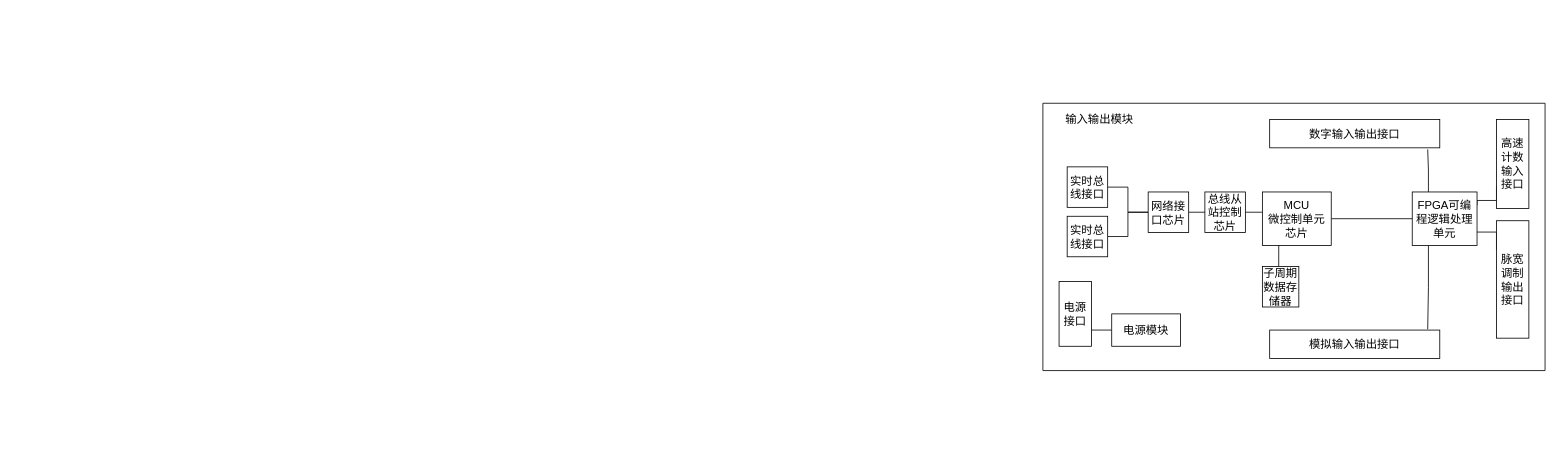
Before: patent/drawing/io shiyong.drawio in leeywin/work, a draw.io diagram. Source tidied: cells renumbered, new cells numbered last; positions are measured from the earlier drawing's top-left corner, leaving out a move shared by most shapes. Both pictures are drawn from the tidied source at 81%, with x=0, y=0 at pixel (1042, 103).
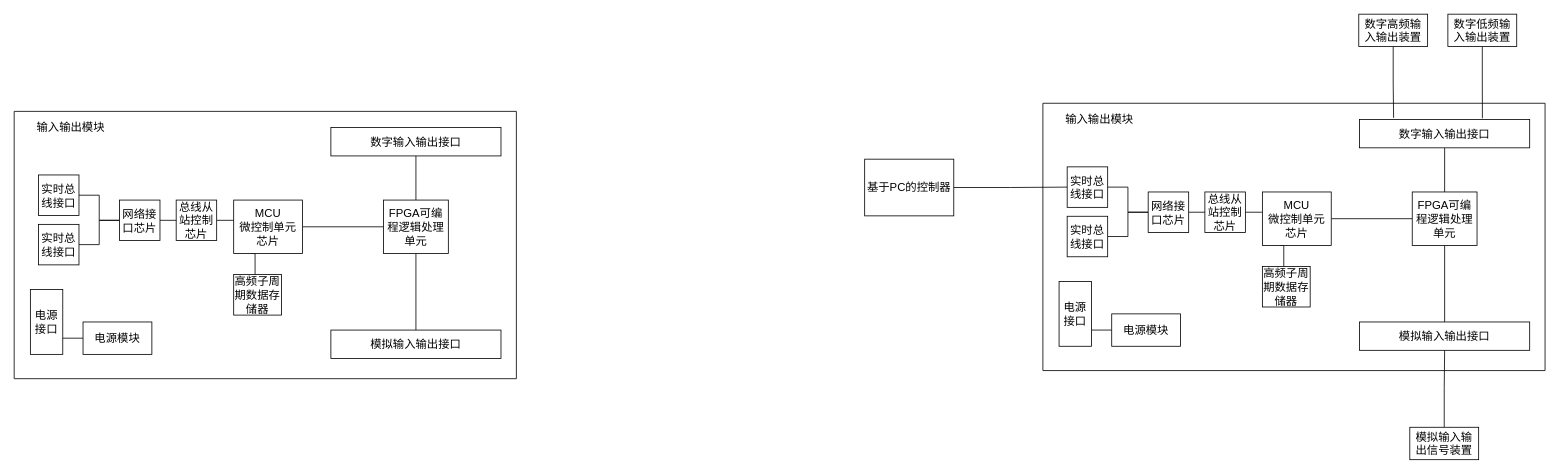
After the change.

Unchanged cells that the change refers to:
```xml
<mxCell id="2" style="swimlane;startSize=0;" parent="1" vertex="1">
  <mxGeometry width="620" height="330" as="geometry" />
</mxCell>
<mxCell id="5" value="实时总线接口" style="rounded=0;whiteSpace=wrap;html=1;fontSize=14;" parent="2" vertex="1">
  <mxGeometry x="30" y="78.5" width="50" height="50" as="geometry" />
</mxCell>
<mxCell id="18" value="FPGA可编程逻辑处理单元" style="rounded=0;whiteSpace=wrap;html=1;fontSize=14;" parent="2" vertex="1">
  <mxGeometry x="456" y="109.5" width="80" height="66" as="geometry" />
</mxCell>
```

The edit, as a diff of the source:
```diff
@@
-    <mxCell id="13" value="子周期数据存储器" style="rounded=0;whiteSpace=wrap;html=1;fontSize=14;" parent="2" vertex="1">
-      <mxGeometry x="271" y="201.5" width="45" height="50" as="geometry" />
+    <mxCell id="13" value="高频子周期数据存储器" style="rounded=0;whiteSpace=wrap;html=1;fontSize=14;" parent="2" vertex="1">
+      <mxGeometry x="271" y="201.5" width="59" height="50" as="geometry" />
     </mxCell>
-    <mxCell id="14" style="edgeStyle=orthogonalEdgeStyle;rounded=0;jettySize=auto;html=1;exitX=1;exitY=0.25;exitDx=0;exitDy=0;entryX=0;entryY=0.75;entryDx=0;entryDy=0;startArrow=none;startFill=0;endArrow=none;endFill=0;" parent="2" edge="1" source="18" target="24">
-      <mxGeometry relative="1" as="geometry">
-        <Array as="points">
-          <mxPoint x="536" y="120" />
-          <mxPoint x="560" y="120" />
-        </Array>
-      </mxGeometry>
-    </mxCell>
-    <mxCell id="15" style="edgeStyle=orthogonalEdgeStyle;rounded=0;jettySize=auto;html=1;exitX=1;exitY=0.75;exitDx=0;exitDy=0;entryX=0;entryY=0.25;entryDx=0;entryDy=0;startArrow=none;startFill=0;endArrow=none;endFill=0;" parent="2" edge="1" source="18" target="23">
-      <mxGeometry relative="1" as="geometry" />
-    </mxCell>
-    <mxCell id="16" style="edgeStyle=orthogonalEdgeStyle;rounded=0;jettySize=auto;html=1;exitX=0.25;exitY=0;exitDx=0;exitDy=0;entryX=0.929;entryY=1.057;entryDx=0;entryDy=0;entryPerimeter=0;startArrow=none;startFill=0;endArrow=none;endFill=0;" parent="2" edge="1" source="18" target="21">
+    <mxCell id="16" style="edgeStyle=orthogonalEdgeStyle;rounded=0;jettySize=auto;html=1;exitX=0.5;exitY=0;exitDx=0;exitDy=0;startArrow=none;startFill=0;endArrow=none;endFill=0;entryX=0.5;entryY=1;entryDx=0;entryDy=0;" parent="2" edge="1" source="18" target="21">
       <mxGeometry relative="1" as="geometry" />
     </mxCell>
-    <mxCell id="17" style="edgeStyle=orthogonalEdgeStyle;rounded=0;jettySize=auto;html=1;exitX=0.25;exitY=1;exitDx=0;exitDy=0;entryX=0.929;entryY=-0.029;entryDx=0;entryDy=0;entryPerimeter=0;startArrow=none;startFill=0;endArrow=none;endFill=0;" parent="2" edge="1" source="18" target="22">
+    <mxCell id="17" style="edgeStyle=orthogonalEdgeStyle;rounded=0;jettySize=auto;html=1;exitX=0.5;exitY=1;exitDx=0;exitDy=0;entryX=0.5;entryY=0;entryDx=0;entryDy=0;startArrow=none;startFill=0;endArrow=none;endFill=0;" parent="2" edge="1" source="18" target="22">
       <mxGeometry relative="1" as="geometry" />
     </mxCell>
@@
     <mxCell id="21" value="数字输入输出接口" style="rounded=0;whiteSpace=wrap;html=1;fontSize=14;" parent="2" vertex="1">
-      <mxGeometry x="280" y="20" width="210" height="35" as="geometry" />
+      <mxGeometry x="391" y="20" width="210" height="35" as="geometry" />
     </mxCell>
     <mxCell id="22" value="模拟输入输出接口" style="rounded=0;whiteSpace=wrap;html=1;fontSize=14;" parent="2" vertex="1">
-      <mxGeometry x="280" y="280" width="210" height="35" as="geometry" />
+      <mxGeometry x="391" y="270" width="210" height="35" as="geometry" />
     </mxCell>
-    <mxCell id="23" value="脉宽调制输出接口" style="rounded=0;whiteSpace=wrap;html=1;fontSize=14;" parent="2" vertex="1">
-      <mxGeometry x="560" y="145" width="40" height="145" as="geometry" />
-    </mxCell>
-    <mxCell id="24" value="高速计数输入接口" style="rounded=0;whiteSpace=wrap;html=1;fontSize=14;" parent="2" vertex="1">
-      <mxGeometry x="560" y="20" width="40" height="110" as="geometry" />
-    </mxCell>
@@
+    <mxCell id="28" style="edgeStyle=orthogonalEdgeStyle;rounded=0;jettySize=auto;html=1;exitX=0.5;exitY=1;exitDx=0;exitDy=0;entryX=0.2;entryY=-0.057;entryDx=0;entryDy=0;entryPerimeter=0;startArrow=none;startFill=0;endArrow=none;endFill=0;" parent="1" edge="1" source="29" target="21">
+      <mxGeometry relative="1" as="geometry" />
+    </mxCell>
+    <mxCell id="29" value="数字高频输入输出装置" style="rounded=0;whiteSpace=wrap;html=1;fontSize=14;" parent="1" vertex="1">
+      <mxGeometry x="390" y="-110" width="85" height="40" as="geometry" />
+    </mxCell>
+    <mxCell id="30" style="edgeStyle=orthogonalEdgeStyle;rounded=0;jettySize=auto;html=1;exitX=0.5;exitY=1;exitDx=0;exitDy=0;entryX=0.722;entryY=-0.042;entryDx=0;entryDy=0;entryPerimeter=0;startArrow=none;startFill=0;endArrow=none;endFill=0;" parent="1" edge="1" source="31" target="21">
+      <mxGeometry relative="1" as="geometry" />
+    </mxCell>
+    <mxCell id="31" value="数字低频输入输出装置" style="rounded=0;whiteSpace=wrap;html=1;fontSize=14;" parent="1" vertex="1">
+      <mxGeometry x="500" y="-110" width="85" height="40" as="geometry" />
+    </mxCell>
+    <mxCell id="32" style="edgeStyle=orthogonalEdgeStyle;rounded=0;jettySize=auto;html=1;exitX=0.5;exitY=0;exitDx=0;exitDy=0;entryX=0.5;entryY=1;entryDx=0;entryDy=0;startArrow=none;startFill=0;endArrow=none;endFill=0;" parent="1" edge="1" source="33" target="22">
+      <mxGeometry relative="1" as="geometry" />
+    </mxCell>
+    <mxCell id="33" value="模拟输入输出信号装置" style="rounded=0;whiteSpace=wrap;html=1;fontSize=14;" parent="1" vertex="1">
+      <mxGeometry x="453" y="400" width="85" height="40" as="geometry" />
+    </mxCell>
+    <mxCell id="34" style="swimlane;startSize=0;" parent="1" vertex="1">
+      <mxGeometry x="-1270" y="10" width="620" height="330" as="geometry" />
+    </mxCell>
+    <mxCell id="35" value="输入输出模块" style="text;html=1;strokeColor=none;fillColor=none;align=center;verticalAlign=middle;whiteSpace=wrap;rounded=0;fontSize=14;" parent="34" vertex="1">
+      <mxGeometry x="20" y="10" width="100" height="20" as="geometry" />
+    </mxCell>
+    <mxCell id="36" style="edgeStyle=orthogonalEdgeStyle;rounded=0;jettySize=auto;html=1;exitX=1;exitY=0.5;exitDx=0;exitDy=0;entryX=0;entryY=0.5;entryDx=0;entryDy=0;startArrow=none;startFill=0;endArrow=none;endFill=0;" parent="34" edge="1" source="37" target="50">
+      <mxGeometry relative="1" as="geometry" />
+    </mxCell>
+    <mxCell id="37" value="实时总线接口" style="rounded=0;whiteSpace=wrap;html=1;fontSize=14;" parent="34" vertex="1">
+      <mxGeometry x="30" y="78.5" width="50" height="50" as="geometry" />
+    </mxCell>
+    <mxCell id="38" style="edgeStyle=orthogonalEdgeStyle;rounded=0;jettySize=auto;html=1;exitX=1;exitY=0.5;exitDx=0;exitDy=0;entryX=0;entryY=0.5;entryDx=0;entryDy=0;startArrow=none;startFill=0;endArrow=none;endFill=0;" parent="34" edge="1" source="39" target="50">
+      <mxGeometry relative="1" as="geometry" />
+    </mxCell>
+    <mxCell id="39" value="实时总线接口" style="rounded=0;whiteSpace=wrap;html=1;fontSize=14;" parent="34" vertex="1">
+      <mxGeometry x="30" y="139.5" width="50" height="50" as="geometry" />
+    </mxCell>
+    <mxCell id="40" style="edgeStyle=orthogonalEdgeStyle;rounded=0;jettySize=auto;html=1;fontSize=14;startArrow=none;startFill=0;fillColor=#E6E6E6;entryX=0.005;entryY=0.376;entryDx=0;entryDy=0;entryPerimeter=0;endArrow=none;endFill=0;" parent="34" edge="1" source="41" target="44">
+      <mxGeometry relative="1" as="geometry" />
+    </mxCell>
+    <mxCell id="41" value="总线从站控制芯片" style="rounded=0;whiteSpace=wrap;html=1;fontSize=14;" parent="34" vertex="1">
+      <mxGeometry x="200" y="109.5" width="50" height="50" as="geometry" />
+    </mxCell>
+    <mxCell id="42" style="edgeStyle=orthogonalEdgeStyle;rounded=0;jettySize=auto;html=1;exitX=0.25;exitY=1;exitDx=0;exitDy=0;entryX=0.448;entryY=0.011;entryDx=0;entryDy=0;entryPerimeter=0;fontSize=14;startArrow=none;startFill=0;fillColor=#E6E6E6;endArrow=none;endFill=0;" parent="34" edge="1" source="44" target="45">
+      <mxGeometry relative="1" as="geometry" />
+    </mxCell>
+    <mxCell id="43" style="edgeStyle=orthogonalEdgeStyle;rounded=0;jettySize=auto;html=1;exitX=1;exitY=0.5;exitDx=0;exitDy=0;entryX=0;entryY=0.5;entryDx=0;entryDy=0;endArrow=none;endFill=0;" parent="34" edge="1" source="44" target="48">
+      <mxGeometry relative="1" as="geometry" />
+    </mxCell>
+    <mxCell id="44" value="MCU&lt;br&gt;微控制单元芯片" style="rounded=0;whiteSpace=wrap;html=1;fontSize=14;" parent="34" vertex="1">
+      <mxGeometry x="271" y="109.5" width="85" height="66" as="geometry" />
+    </mxCell>
+    <mxCell id="45" value="高频子周期数据存储器" style="rounded=0;whiteSpace=wrap;html=1;fontSize=14;" parent="34" vertex="1">
+      <mxGeometry x="271" y="201.5" width="59" height="50" as="geometry" />
+    </mxCell>
+    <mxCell id="46" style="edgeStyle=orthogonalEdgeStyle;rounded=0;jettySize=auto;html=1;exitX=0.5;exitY=0;exitDx=0;exitDy=0;startArrow=none;startFill=0;endArrow=none;endFill=0;entryX=0.5;entryY=1;entryDx=0;entryDy=0;" parent="34" edge="1" source="48" target="51">
+      <mxGeometry relative="1" as="geometry" />
+    </mxCell>
+    <mxCell id="47" style="edgeStyle=orthogonalEdgeStyle;rounded=0;jettySize=auto;html=1;exitX=0.5;exitY=1;exitDx=0;exitDy=0;entryX=0.5;entryY=0;entryDx=0;entryDy=0;startArrow=none;startFill=0;endArrow=none;endFill=0;" parent="34" edge="1" source="48" target="52">
+      <mxGeometry relative="1" as="geometry" />
+    </mxCell>
+    <mxCell id="48" value="FPGA可编程逻辑处理单元" style="rounded=0;whiteSpace=wrap;html=1;fontSize=14;" parent="34" vertex="1">
+      <mxGeometry x="456" y="109.5" width="80" height="66" as="geometry" />
+    </mxCell>
+    <mxCell id="49" style="edgeStyle=orthogonalEdgeStyle;rounded=0;jettySize=auto;html=1;exitX=1;exitY=0.5;exitDx=0;exitDy=0;entryX=0;entryY=0.5;entryDx=0;entryDy=0;startArrow=none;startFill=0;endArrow=none;endFill=0;" parent="34" edge="1" source="50" target="41">
+      <mxGeometry relative="1" as="geometry" />
+    </mxCell>
+    <mxCell id="50" value="网络接口芯片" style="rounded=0;whiteSpace=wrap;html=1;fontSize=14;" parent="34" vertex="1">
+      <mxGeometry x="130" y="109.5" width="50" height="50" as="geometry" />
+    </mxCell>
+    <mxCell id="51" value="数字输入输出接口" style="rounded=0;whiteSpace=wrap;html=1;fontSize=14;" parent="34" vertex="1">
+      <mxGeometry x="391" y="20" width="210" height="35" as="geometry" />
+    </mxCell>
+    <mxCell id="52" value="模拟输入输出接口" style="rounded=0;whiteSpace=wrap;html=1;fontSize=14;" parent="34" vertex="1">
+      <mxGeometry x="391" y="270" width="210" height="35" as="geometry" />
+    </mxCell>
+    <mxCell id="53" value="电源接口" style="rounded=0;whiteSpace=wrap;html=1;fontSize=14;" parent="34" vertex="1">
+      <mxGeometry x="20" y="220" width="40" height="80" as="geometry" />
+    </mxCell>
+    <mxCell id="54" style="edgeStyle=orthogonalEdgeStyle;rounded=0;jettySize=auto;html=1;exitX=0;exitY=0.5;exitDx=0;exitDy=0;entryX=1;entryY=0.75;entryDx=0;entryDy=0;startArrow=none;startFill=0;endArrow=none;endFill=0;" parent="34" edge="1" source="55" target="53">
+      <mxGeometry relative="1" as="geometry" />
+    </mxCell>
+    <mxCell id="55" value="电源模块" style="rounded=0;whiteSpace=wrap;html=1;fontSize=14;" parent="34" vertex="1">
+      <mxGeometry x="85" y="260" width="85" height="40" as="geometry" />
+    </mxCell>
+    <mxCell id="56" style="edgeStyle=orthogonalEdgeStyle;rounded=0;jettySize=auto;html=1;exitX=1;exitY=0.5;exitDx=0;exitDy=0;entryX=0;entryY=0.5;entryDx=0;entryDy=0;startArrow=none;startFill=0;endArrow=none;endFill=0;" parent="1" edge="1" source="57" target="5">
+      <mxGeometry relative="1" as="geometry" />
+    </mxCell>
+    <mxCell id="57" value="基于PC的控制器" style="rounded=0;whiteSpace=wrap;html=1;fontSize=14;" parent="1" vertex="1">
+      <mxGeometry x="-220" y="69" width="110" height="70" as="geometry" />
+    </mxCell>
```
